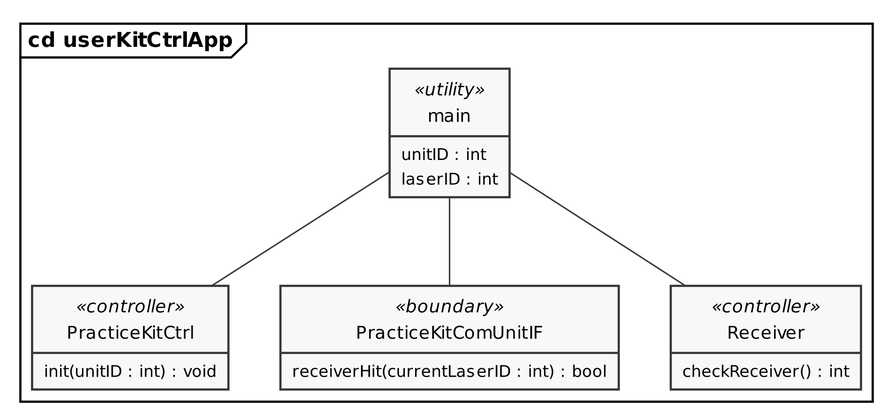
The PlantUML diagram PlantUML/out/practiceKitCtrlApp_cd.png in LasseKrarup/Laser-Tag-Project, before a commit.
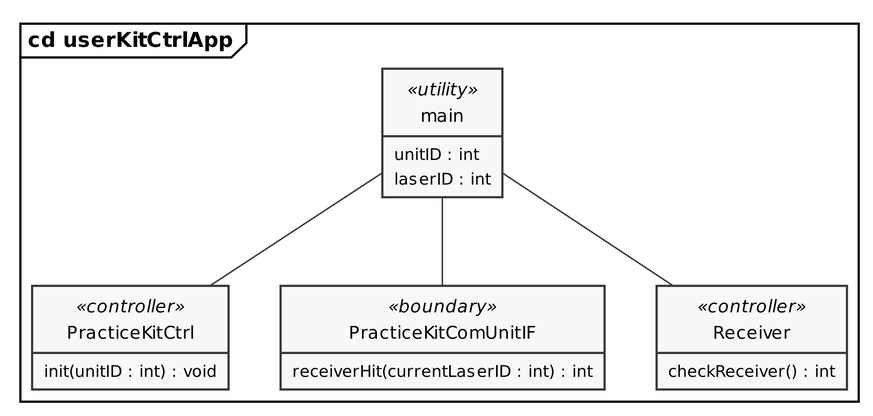
Above is the later version.

The edit, as a diff of the source:
```diff
@@ -24,7 +24,7 @@
     }
 
     class PracticeKitComUnitIF <<boundary>> {
-        receiverHit(currentLaserID : int) : bool
+        receiverHit(currentLaserID : int) : int
     }
 
     class Receiver <<controller>> {
```
